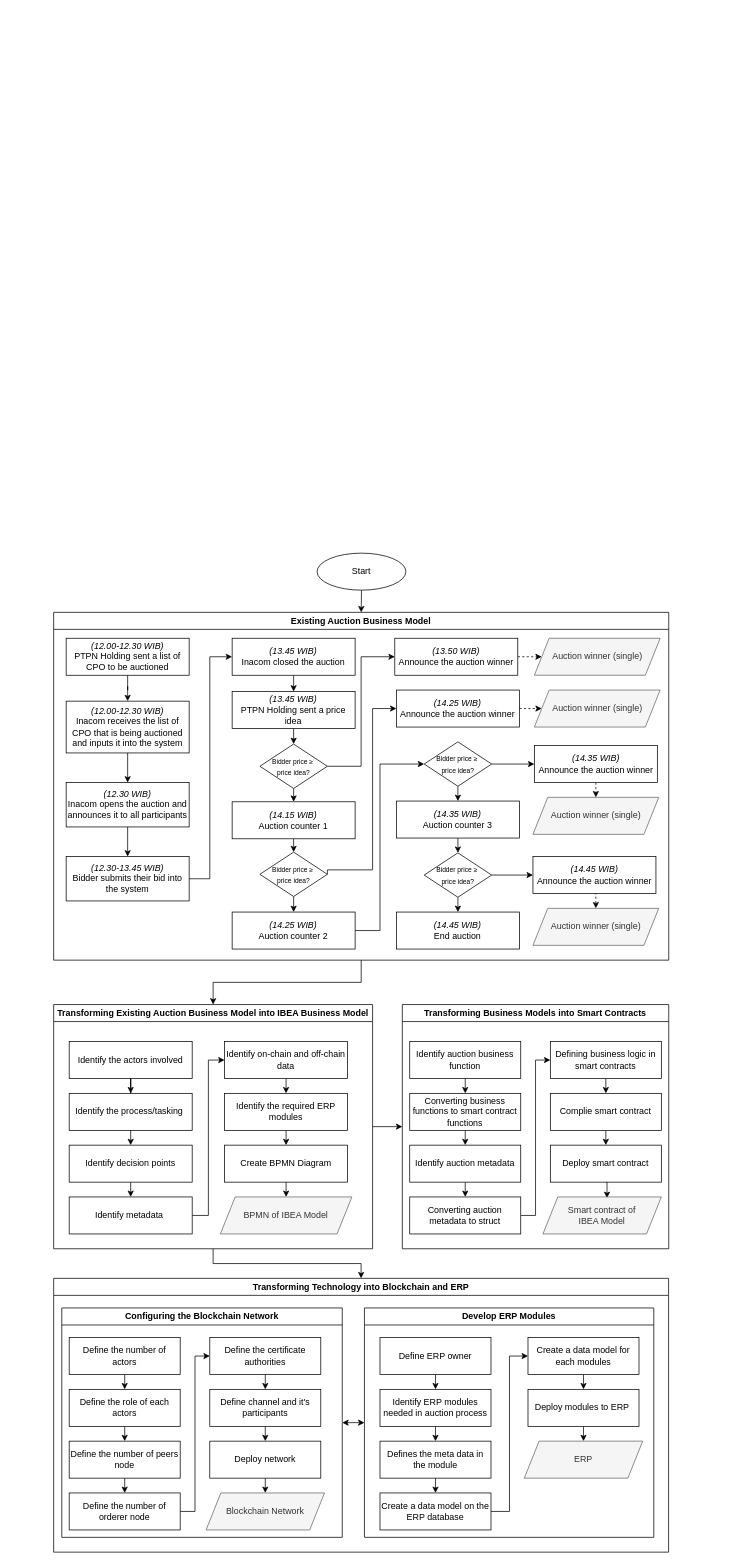
The draw.io diagram Auction Digital Transformation.drawio in ariesharry/Diagrams, before the edit. Source tidied: cells renumbered, new cells numbered last; positions are measured from the earlier drawing's top-left corner, leaving out a move shared by most shapes. Both pictures are drawn from the tidied source at 74%, with x=0, y=0 at pixel (53, 553).
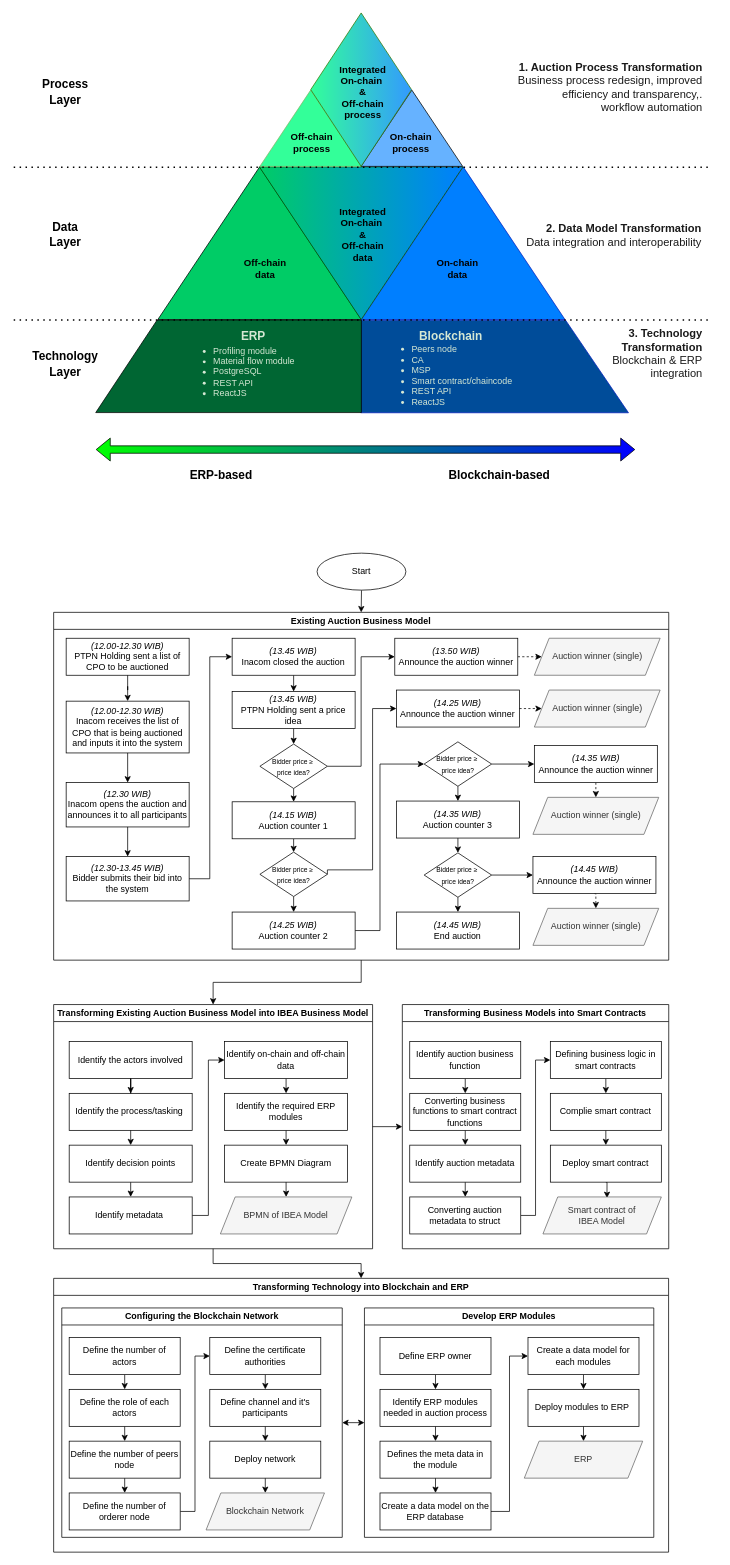
The same page after the edit.

The edit, as a diff of the source:
```diff
@@
+    <mxCell id="115" style="group;" parent="1" vertex="1">
+      <mxGeometry x="57" y="-730" width="839.6" height="658.6" as="geometry" />
+    </mxCell>
+    <mxCell id="116" style="triangle;whiteSpace=wrap;html=1;rotation=-90;fillColor=#00CC66;" parent="115" vertex="1">
+      <mxGeometry x="118.2" y="173.6" width="206.3" height="275.1" as="geometry" />
+    </mxCell>
+    <mxCell id="117" style="triangle;whiteSpace=wrap;html=1;rotation=-90;fillColor=#007FFF;fontColor=#ffffff;strokeColor=#001DBC;" parent="115" vertex="1">
+      <mxGeometry x="393.3" y="173.6" width="206.3" height="275.1" as="geometry" />
+    </mxCell>
+    <mxCell id="118" style="triangle;whiteSpace=wrap;html=1;rotation=-90;flipV=0;flipH=1;fillColor=#00CC66;fontColor=#ffffff;strokeColor=#005700;gradientColor=#007FFF;gradientDirection=south;" parent="115" vertex="1">
+      <mxGeometry x="255.4" y="173.6" width="206.3" height="275.1" as="geometry" />
+    </mxCell>
+    <mxCell id="119" style="triangle;whiteSpace=wrap;html=1;rotation=-90;fillColor=#33FF99;strokeColor=#82b366;" parent="115" vertex="1">
+      <mxGeometry x="238.8" y="87.1" width="103.1" height="137.4" as="geometry" />
+    </mxCell>
+    <mxCell id="120" style="triangle;whiteSpace=wrap;html=1;rotation=-90;fillColor=#66B2FF;" parent="115" vertex="1">
+      <mxGeometry x="375.5" y="87.1" width="103.1" height="137.4" as="geometry" />
+    </mxCell>
+    <mxCell id="121" style="rhombus;whiteSpace=wrap;html=1;fillColor=#33FF99;fontColor=#ffffff;strokeColor=#2D7600;gradientColor=#3399FF;gradientDirection=east;" parent="115" vertex="1">
+      <mxGeometry x="290.4" width="136.3" height="207.3" as="geometry" />
+    </mxCell>
+    <mxCell id="122" style="shape=manualInput;whiteSpace=wrap;html=1;rotation=90;size=85;fillColor=#004C99;fontColor=#ffffff;strokeColor=#001DBC;" parent="115" vertex="1">
+      <mxGeometry x="476.4" y="296.9" width="125.1" height="361.7" as="geometry" />
+    </mxCell>
+    <mxCell id="123" style="shape=manualInput;whiteSpace=wrap;html=1;rotation=90;size=83;flipV=1;fillColor=#006633;" parent="115" vertex="1">
+      <mxGeometry x="116.8" y="298" width="125.1" height="359" as="geometry" />
+    </mxCell>
+    <mxCell id="124" style="shape=flexArrow;endArrow=classic;startArrow=classic;html=1;rounded=0;fillColor=#00FF00;gradientColor=#0000FF;gradientDirection=east;" parent="115" edge="1">
+      <mxGeometry relative="1" as="geometry">
+        <mxPoint y="590" as="sourcePoint" />
+        <mxPoint x="728.8" y="590" as="targetPoint" />
+      </mxGeometry>
+    </mxCell>
+    <mxCell id="125" value="&lt;b style=&quot;font-size: 13px;&quot;&gt;Off-chain&lt;br&gt;data&lt;/b&gt;" style="text;html=1;strokeColor=none;fillColor=none;align=center;verticalAlign=middle;whiteSpace=wrap;rounded=0;fontSize=13;" parent="115" vertex="1">
+      <mxGeometry x="184" y="330" width="90" height="30" as="geometry" />
+    </mxCell>
+    <mxCell id="126" value="&lt;b style=&quot;font-size: 13px;&quot;&gt;On-chain&lt;br&gt;data&lt;/b&gt;" style="text;html=1;strokeColor=none;fillColor=none;align=center;verticalAlign=middle;whiteSpace=wrap;rounded=0;fontSize=13;" parent="115" vertex="1">
+      <mxGeometry x="444" y="330" width="90" height="30" as="geometry" />
+    </mxCell>
+    <mxCell id="127" value="&lt;b style=&quot;font-size: 13px;&quot;&gt;Off-chain&lt;br&gt;process&lt;/b&gt;" style="text;html=1;strokeColor=none;fillColor=none;align=center;verticalAlign=middle;whiteSpace=wrap;rounded=0;fontSize=13;" parent="115" vertex="1">
+      <mxGeometry x="247" y="160" width="90" height="30" as="geometry" />
+    </mxCell>
+    <mxCell id="128" value="&lt;b style=&quot;font-size: 13px;&quot;&gt;On-chain&lt;br&gt;process&lt;/b&gt;" style="text;html=1;strokeColor=none;fillColor=none;align=center;verticalAlign=middle;whiteSpace=wrap;rounded=0;fontSize=13;" parent="115" vertex="1">
+      <mxGeometry x="380.6" y="160" width="90" height="30" as="geometry" />
+    </mxCell>
+    <mxCell id="129" style="endArrow=none;dashed=1;html=1;dashPattern=1 3;strokeWidth=2;rounded=0;" parent="115" edge="1">
+      <mxGeometry relative="1" as="geometry">
+        <mxPoint x="-111" y="208.4" as="sourcePoint" />
+        <mxPoint x="829" y="208.4" as="targetPoint" />
+      </mxGeometry>
+    </mxCell>
+    <mxCell id="130" style="endArrow=none;dashed=1;html=1;dashPattern=1 3;strokeWidth=2;rounded=0;" parent="115" edge="1">
+      <mxGeometry relative="1" as="geometry">
+        <mxPoint x="-111" y="415" as="sourcePoint" />
+        <mxPoint x="829" y="415" as="targetPoint" />
+      </mxGeometry>
+    </mxCell>
+    <mxCell id="131" value="&lt;b style=&quot;font-size: 16px;&quot;&gt;Blockchain-based&lt;br&gt;&lt;/b&gt;" style="text;html=1;strokeColor=none;fillColor=none;align=center;verticalAlign=middle;whiteSpace=wrap;rounded=0;fontSize=17;" parent="115" vertex="1">
+      <mxGeometry x="476.4" y="610" width="138.5" height="30" as="geometry" />
+    </mxCell>
+    <mxCell id="132" value="&lt;b style=&quot;font-size: 16px;&quot;&gt;ERP-based&lt;br&gt;&lt;/b&gt;" style="text;html=1;strokeColor=none;fillColor=none;align=center;verticalAlign=middle;whiteSpace=wrap;rounded=0;fontSize=17;" parent="115" vertex="1">
+      <mxGeometry x="100.3" y="610" width="138.5" height="30" as="geometry" />
+    </mxCell>
+    <mxCell id="133" value="&lt;div style=&quot;&quot;&gt;&lt;div style=&quot;text-align: right; font-size: 15px;&quot;&gt;&lt;b style=&quot;font-size: 15px;&quot;&gt;1. Auction Process Transformation&lt;/b&gt;&lt;/div&gt;&lt;div style=&quot;text-align: right;&quot;&gt;Business process redesign,&amp;nbsp;improved efficiency and transparency,.&lt;/div&gt;&lt;div style=&quot;text-align: right;&quot;&gt;workflow automation&lt;/div&gt;&lt;/div&gt;" style="text;html=1;strokeColor=none;fillColor=none;align=left;verticalAlign=middle;whiteSpace=wrap;rounded=0;fontSize=15;fontColor=#1A1A1A;" parent="115" vertex="1">
+      <mxGeometry x="550" y="60" width="270" height="80" as="geometry" />
+    </mxCell>
+    <mxCell id="134" value="&lt;div style=&quot;&quot;&gt;&lt;div style=&quot;text-align: right; font-size: 15px;&quot;&gt;&lt;b style=&quot;font-size: 15px;&quot;&gt;2. Data Model Transformation&lt;/b&gt;&lt;/div&gt;&lt;div style=&quot;text-align: right;&quot;&gt;Data&amp;nbsp;integration and interoperability&lt;br&gt;&lt;/div&gt;&lt;/div&gt;" style="text;html=1;strokeColor=none;fillColor=none;align=left;verticalAlign=middle;whiteSpace=wrap;rounded=0;fontSize=15;fontColor=#1A1A1A;" parent="115" vertex="1">
+      <mxGeometry x="580" y="260" width="240" height="80" as="geometry" />
+    </mxCell>
+    <mxCell id="135" value="&lt;div style=&quot;&quot;&gt;&lt;div style=&quot;text-align: right; font-size: 15px;&quot;&gt;&lt;b style=&quot;font-size: 15px;&quot;&gt;3. Technology Transformation&lt;/b&gt;&lt;/div&gt;&lt;div style=&quot;text-align: right;&quot;&gt;Blockchain &amp;amp; ERP integration&lt;br&gt;&lt;/div&gt;&lt;/div&gt;" style="text;html=1;strokeColor=none;fillColor=none;align=left;verticalAlign=middle;whiteSpace=wrap;rounded=0;fontSize=15;fontColor=#1A1A1A;" parent="115" vertex="1">
+      <mxGeometry x="630" y="420" width="190" height="80" as="geometry" />
+    </mxCell>
+    <mxCell id="136" value="&lt;b style=&quot;font-size: 13px;&quot;&gt;Integrated On-chain&amp;nbsp; &amp;amp; &lt;br&gt;Off-chain process&lt;/b&gt;" style="text;html=1;strokeColor=none;fillColor=none;align=center;verticalAlign=middle;whiteSpace=wrap;rounded=0;fontSize=13;" parent="1" vertex="1">
+      <mxGeometry x="388.3" y="-638" width="60" height="30" as="geometry" />
+    </mxCell>
+    <mxCell id="137" value="&lt;b style=&quot;font-size: 13px;&quot;&gt;Integrated On-chain&amp;nbsp; &amp;amp; &lt;br&gt;Off-chain data&lt;/b&gt;" style="text;html=1;strokeColor=none;fillColor=none;align=center;verticalAlign=middle;whiteSpace=wrap;rounded=0;fontSize=13;" parent="1" vertex="1">
+      <mxGeometry x="388.3" y="-445" width="60" height="30" as="geometry" />
+    </mxCell>
+    <mxCell id="138" value="&lt;b style=&quot;font-size: 16px;&quot;&gt;Blockchain&lt;br&gt;&lt;/b&gt;" style="text;html=1;strokeColor=none;fillColor=none;align=center;verticalAlign=middle;whiteSpace=wrap;rounded=0;fontSize=17;fontColor=#D5E8D4;" parent="1" vertex="1">
+      <mxGeometry x="472.3" y="-308" width="130" height="30" as="geometry" />
+    </mxCell>
+    <mxCell id="139" value="&lt;div style=&quot;font-size: 12px;&quot;&gt;&lt;ul style=&quot;font-size: 12px;&quot;&gt;&lt;li style=&quot;font-size: 12px;&quot;&gt;&lt;span style=&quot;background-color: initial; font-size: 12px;&quot;&gt;Peers node&lt;/span&gt;&lt;/li&gt;&lt;li style=&quot;font-size: 12px;&quot;&gt;&lt;span style=&quot;background-color: initial; font-size: 12px;&quot;&gt;CA&lt;/span&gt;&lt;/li&gt;&lt;li style=&quot;font-size: 12px;&quot;&gt;&lt;span style=&quot;background-color: initial; font-size: 12px;&quot;&gt;MSP&lt;/span&gt;&lt;/li&gt;&lt;li style=&quot;font-size: 12px;&quot;&gt;&lt;span style=&quot;background-color: initial; font-size: 12px;&quot;&gt;Smart contract/chaincode&lt;/span&gt;&lt;/li&gt;&lt;li style=&quot;font-size: 12px;&quot;&gt;&lt;span style=&quot;background-color: initial; font-size: 12px;&quot;&gt;REST API&lt;/span&gt;&lt;/li&gt;&lt;li style=&quot;font-size: 12px;&quot;&gt;&lt;span style=&quot;background-color: initial; font-size: 12px;&quot;&gt;ReactJS&lt;/span&gt;&lt;/li&gt;&lt;/ul&gt;&lt;/div&gt;" style="text;html=1;strokeColor=none;fillColor=none;align=left;verticalAlign=middle;whiteSpace=wrap;rounded=0;fontSize=12;fontColor=#D5E8D4;" parent="1" vertex="1">
+      <mxGeometry x="442.1" y="-280" width="240" height="80" as="geometry" />
+    </mxCell>
+    <mxCell id="140" value="&lt;b style=&quot;font-size: 16px;&quot;&gt;ERP&lt;br&gt;&lt;/b&gt;" style="text;html=1;strokeColor=none;fillColor=none;align=center;verticalAlign=middle;whiteSpace=wrap;rounded=0;fontSize=17;fontColor=#D5E8D4;" parent="1" vertex="1">
+      <mxGeometry x="204.5" y="-308" width="130" height="30" as="geometry" />
+    </mxCell>
+    <mxCell id="141" value="&lt;div style=&quot;font-size: 12px;&quot;&gt;&lt;ul style=&quot;font-size: 12px;&quot;&gt;&lt;li style=&quot;font-size: 12px;&quot;&gt;Profiling module&lt;/li&gt;&lt;li style=&quot;font-size: 12px;&quot;&gt;Material flow module&lt;/li&gt;&lt;li style=&quot;font-size: 12px;&quot;&gt;PostgreSQL&lt;/li&gt;&lt;li style=&quot;font-size: 12px;&quot;&gt;REST API&lt;/li&gt;&lt;li style=&quot;font-size: 12px;&quot;&gt;ReactJS&lt;/li&gt;&lt;/ul&gt;&lt;/div&gt;" style="text;html=1;strokeColor=none;fillColor=none;align=left;verticalAlign=middle;whiteSpace=wrap;rounded=0;fontSize=12;fontColor=#D5E8D4;" parent="1" vertex="1">
+      <mxGeometry x="174.2" y="-280" width="240" height="70" as="geometry" />
+    </mxCell>
+    <mxCell id="142" value="&lt;b style=&quot;font-size: 16px;&quot;&gt;Technology Layer&lt;br&gt;&lt;/b&gt;" style="text;html=1;strokeColor=none;fillColor=none;align=center;verticalAlign=middle;whiteSpace=wrap;rounded=0;fontSize=17;" parent="1" vertex="1">
+      <mxGeometry x="-49" y="-270" width="130" height="30" as="geometry" />
+    </mxCell>
+    <mxCell id="143" value="&lt;b style=&quot;font-size: 16px;&quot;&gt;Data&lt;br&gt;Layer&lt;br&gt;&lt;/b&gt;" style="text;html=1;strokeColor=none;fillColor=none;align=center;verticalAlign=middle;whiteSpace=wrap;rounded=0;fontSize=17;" parent="1" vertex="1">
+      <mxGeometry x="-49" y="-445" width="130" height="30" as="geometry" />
+    </mxCell>
+    <mxCell id="144" value="&lt;b style=&quot;font-size: 16px;&quot;&gt;Process&lt;br&gt;Layer&lt;br&gt;&lt;/b&gt;" style="text;html=1;strokeColor=none;fillColor=none;align=center;verticalAlign=middle;whiteSpace=wrap;rounded=0;fontSize=17;" parent="1" vertex="1">
+      <mxGeometry x="-49" y="-638" width="130" height="30" as="geometry" />
+    </mxCell>
```
